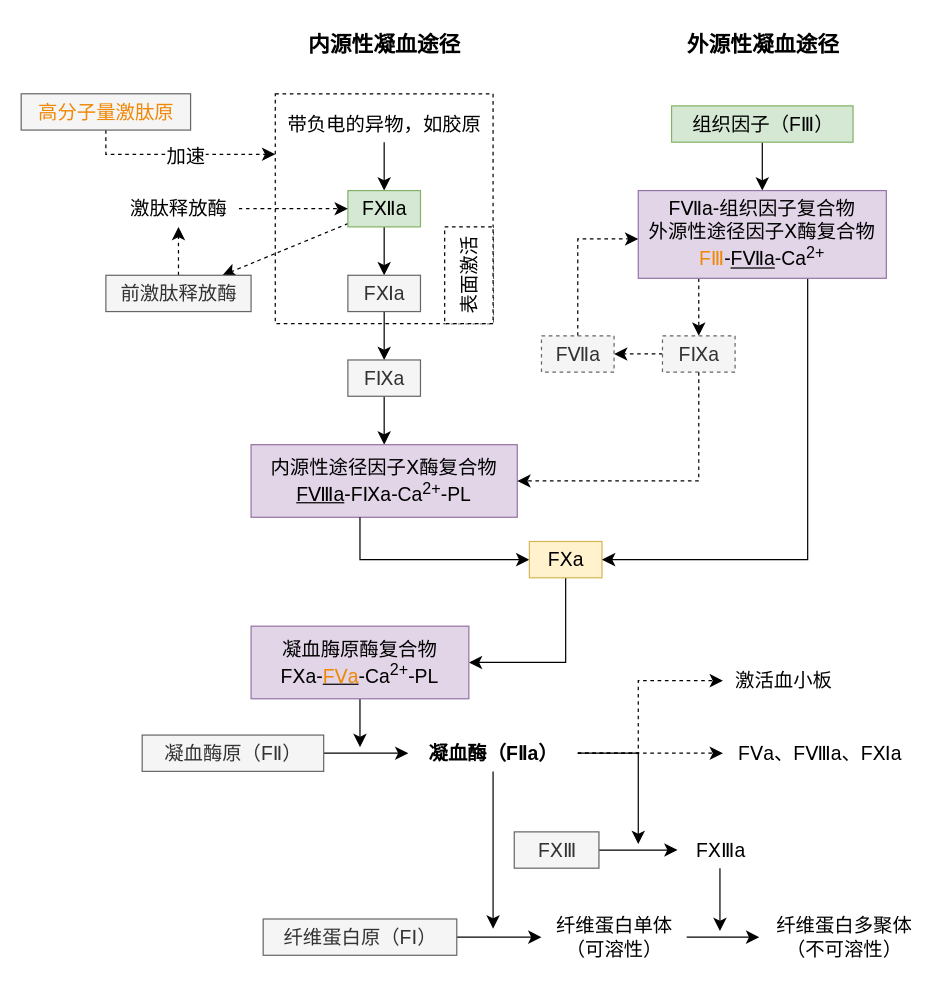
The draw.io diagram content/series/生理学/血液/生理性止血/凝血过程.drawio in daisilia/daisilia.github.io, before the edit. Source tidied: cells renumbered, new cells numbered last; positions are measured from the earlier drawing's top-left corner, leaving out a move shared by most shapes. Both pictures are drawn from the tidied source at 121%, with x=0, y=0 at pixel (21, 21).
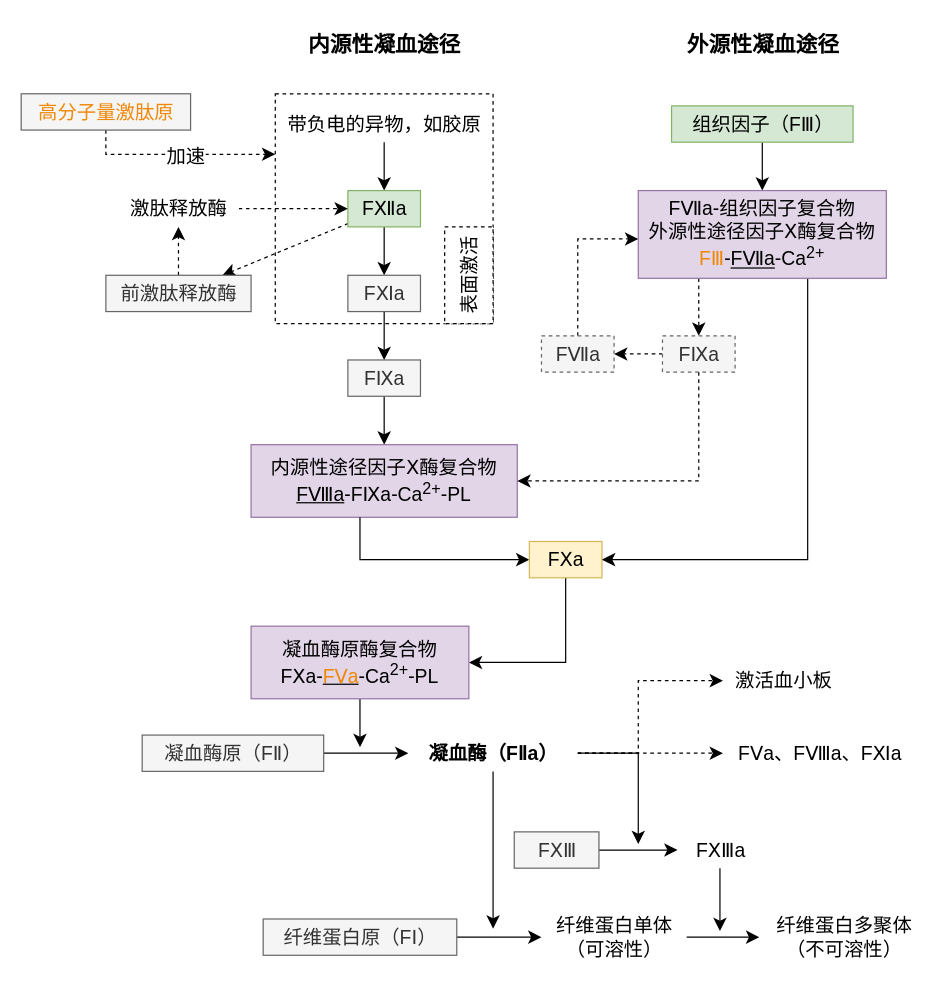
The same page after the edit.

The edit, as a diff of the source:
```diff
@@
-    <mxCell id="37" value="凝血脢原酶复合物&lt;br&gt;FⅩa-&lt;u&gt;&lt;font color=&quot;#f08705&quot;&gt;FⅤa&lt;/font&gt;&lt;/u&gt;-Ca&lt;sup&gt;2+&lt;/sup&gt;-PL" style="whiteSpace=wrap;html=1;fontSize=16;fillColor=#e1d5e7;strokeColor=#9673a6;fontFamily=Noto Sans SC;" parent="1" vertex="1">
+    <mxCell id="37" value="凝血酶原酶复合物&lt;br&gt;FⅩa-&lt;u&gt;&lt;font color=&quot;#f08705&quot;&gt;FⅤa&lt;/font&gt;&lt;/u&gt;-Ca&lt;sup&gt;2+&lt;/sup&gt;-PL" style="whiteSpace=wrap;html=1;fontSize=16;fillColor=#e1d5e7;strokeColor=#9673a6;fontFamily=Noto Sans SC;" parent="1" vertex="1">
       <mxGeometry x="190" y="500" width="180" height="60" as="geometry" />
     </mxCell>
```
